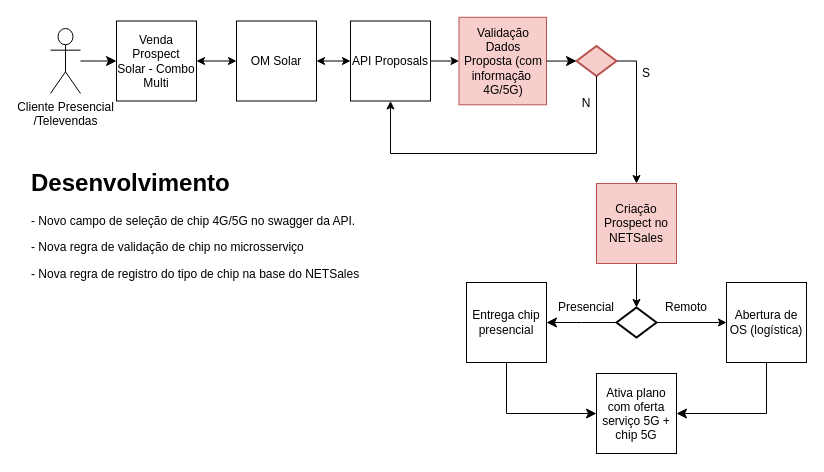
Above: page "API Solar Prospect NETSales" (2 of 4) of 5GSA.drawio in samirali/ClaroBrasil (draw.io), before the change. Source tidied: cells renumbered, new cells numbered last; positions are measured from the earlier drawing's top-left corner, leaving out a move shared by most shapes. Both pictures are drawn from the tidied source at 100%, with x=0, y=0 at pixel (26, 17).
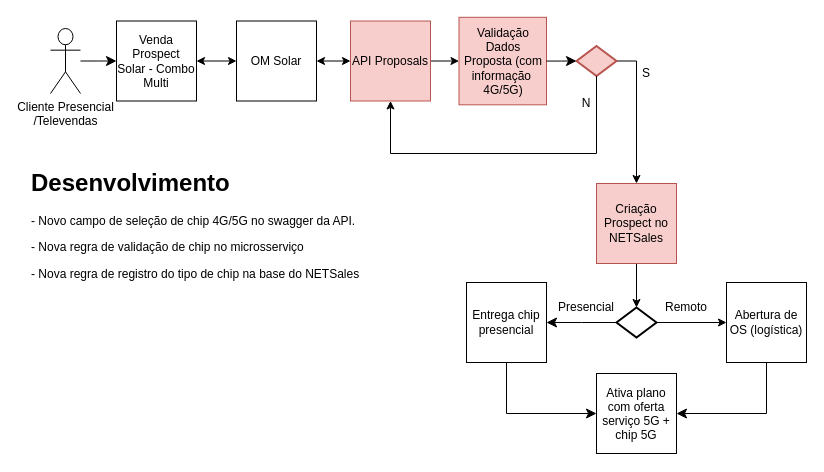
The same page after the edit.

What changed in the source:
```diff
@@
-    <mxCell id="18" value="API Proposals" style="whiteSpace=wrap;html=1;" parent="1" vertex="1">
+    <mxCell id="18" value="API Proposals" style="whiteSpace=wrap;html=1;fillColor=#f8cecc;strokeColor=#b85450;" parent="1" vertex="1">
       <mxGeometry x="324" y="3.5" width="80" height="80" as="geometry" />
     </mxCell>
```
